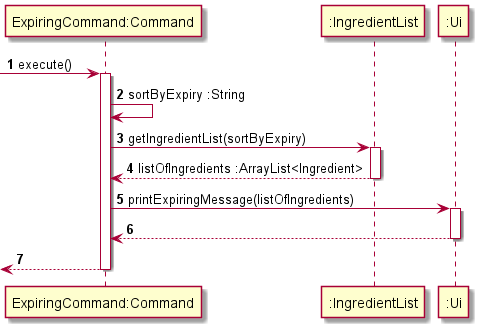
Before: docs/umlDiagrams/ExpiringSequence.png, a diagram exported from PlantUML (uosjapuelks/tp). The source it was exported from:
```plantuml
@startuml

autonumber

-> "ExpiringCommand:Command": execute()
activate "ExpiringCommand:Command"

"ExpiringCommand:Command" -> "ExpiringCommand:Command" : sortByExpiry :String
"ExpiringCommand:Command" -> ":IngredientList": getIngredientList(sortByExpiry)
activate ":IngredientList"
"ExpiringCommand:Command" <--":IngredientList": listOfIngredients :ArrayList<Ingredient>
deactivate ":IngredientList"
"ExpiringCommand:Command" -> ":Ui": printExpiringMessage(listOfIngredients)
activate ":Ui"
"ExpiringCommand:Command" <-- ":Ui"
deactivate ":Ui"

<-- "ExpiringCommand:Command"
deactivate "ExpiringCommand:Command"

@enduml
```
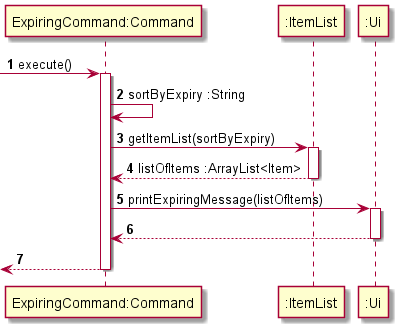
The same file after the commit.

Commit message:
overwrite all diagrams to change ingredient to item.

Diff of the diagram source:
```diff
@@ -6,11 +6,11 @@
 activate "ExpiringCommand:Command"
 
 "ExpiringCommand:Command" -> "ExpiringCommand:Command" : sortByExpiry :String
-"ExpiringCommand:Command" -> ":IngredientList": getIngredientList(sortByExpiry)
-activate ":IngredientList"
-"ExpiringCommand:Command" <--":IngredientList": listOfIngredients :ArrayList<Ingredient>
-deactivate ":IngredientList"
-"ExpiringCommand:Command" -> ":Ui": printExpiringMessage(listOfIngredients)
+"ExpiringCommand:Command" -> ":ItemList": getItemList(sortByExpiry)
+activate ":ItemList"
+"ExpiringCommand:Command" <--":ItemList": listOfItems :ArrayList<Item>
+deactivate ":ItemList"
+"ExpiringCommand:Command" -> ":Ui": printExpiringMessage(listOfItems)
 activate ":Ui"
 "ExpiringCommand:Command" <-- ":Ui"
 deactivate ":Ui"
```
